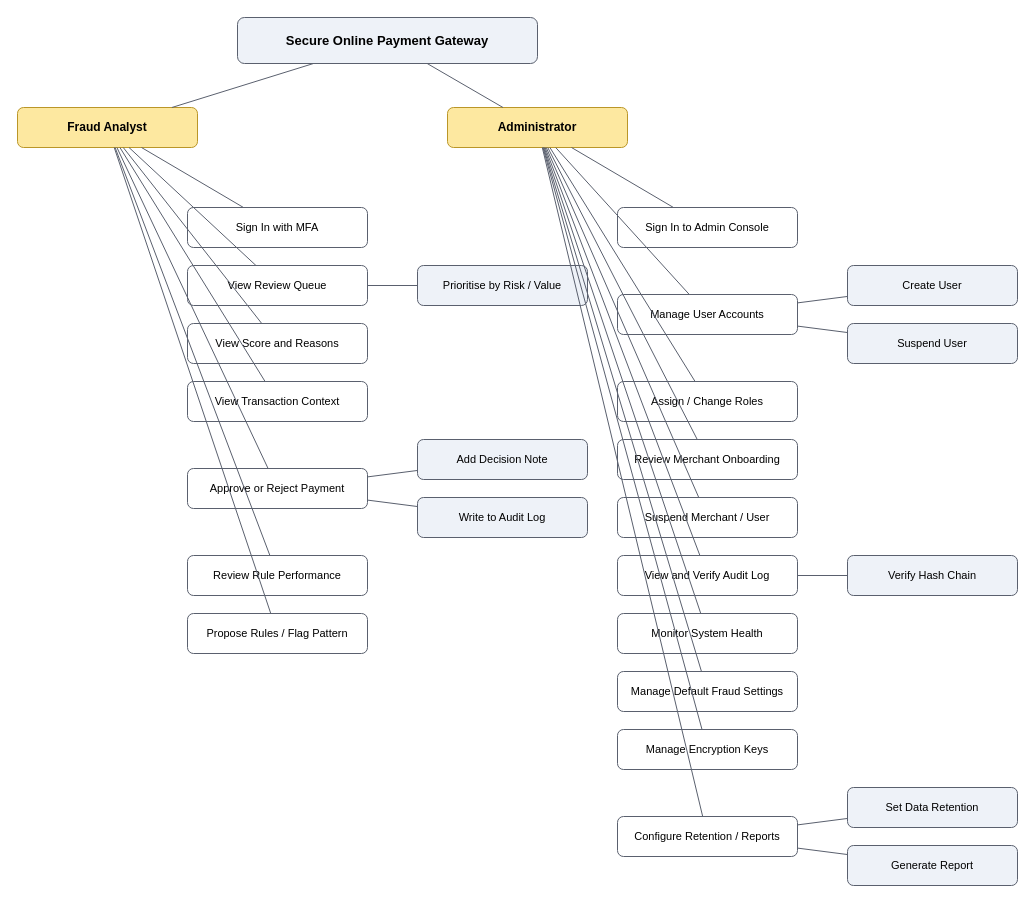
The draw.io diagram drawio/URS_FunctionalHierarchy_2.drawio in Beh69/FYP-CSIT321, before the edit. Source tidied: cells renumbered, new cells numbered last; positions are measured from the earlier drawing's top-left corner, leaving out a move shared by most shapes. Both pictures are drawn from the tidied source at 100%, with x=0, y=0 at pixel (17, 17).
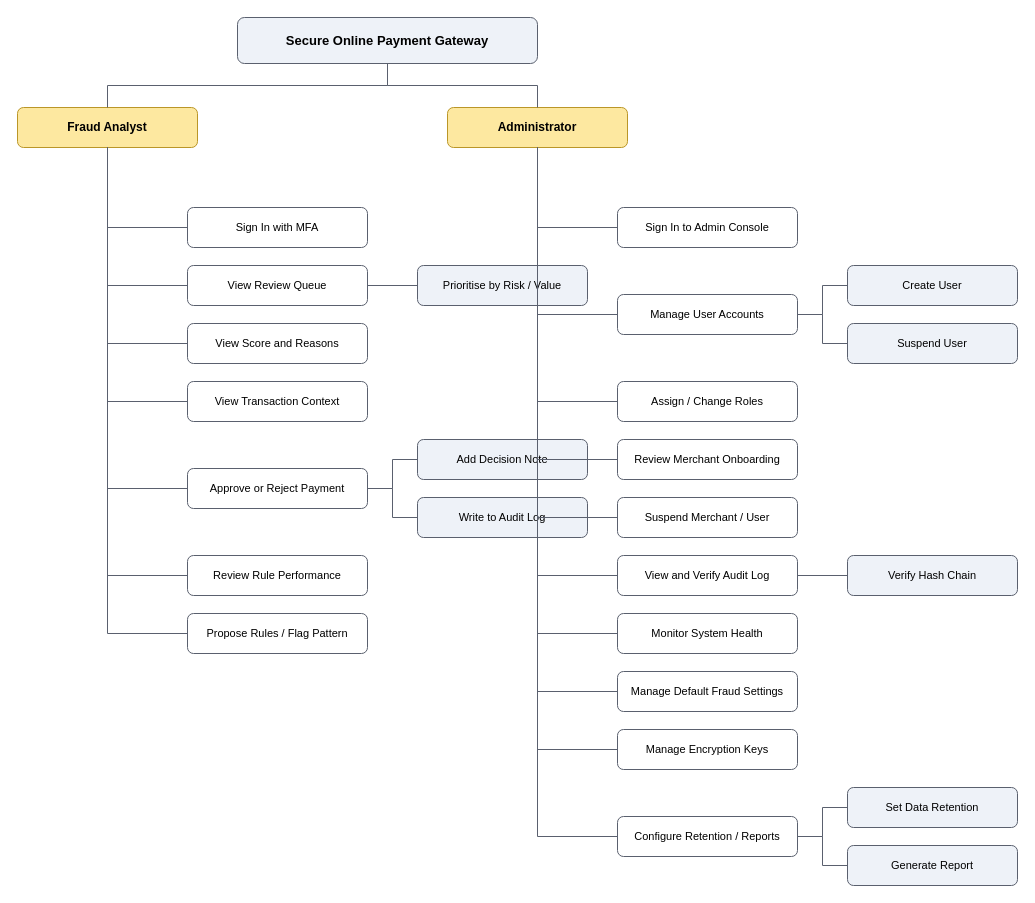
The same diagram, later.

Commit message (it also covers changes not shown here):
Make draw.io hierarchy edges orthogonal for clean tree rendering

Unchanged cells that the change refers to:
```xml
<mxCell id="2" value="Secure Online Payment Gateway" style="rounded=1;whiteSpace=wrap;html=1;fillColor=#eef2f8;strokeColor=#5a606e;fontSize=13;fontStyle=1;" parent="1" vertex="1">
<mxCell id="3" value="Fraud Analyst" style="rounded=1;whiteSpace=wrap;html=1;fillColor=#fde8a0;strokeColor=#ba9628;fontSize=12;fontStyle=1;" parent="1" vertex="1">
<mxCell id="5" value="Sign In with MFA" style="rounded=1;whiteSpace=wrap;html=1;fillColor=#ffffff;strokeColor=#5a606e;fontSize=11;" parent="1" vertex="1">
<mxCell id="7" value="View Review Queue" style="rounded=1;whiteSpace=wrap;html=1;fillColor=#ffffff;strokeColor=#5a606e;fontSize=11;" parent="1" vertex="1">
<mxCell id="9" value="Prioritise by Risk / Value" style="rounded=1;whiteSpace=wrap;html=1;fillColor=#eef2f8;strokeColor=#5a606e;fontSize=11;" parent="1" vertex="1">
<mxCell id="11" value="View Score and Reasons" style="rounded=1;whiteSpace=wrap;html=1;fillColor=#ffffff;strokeColor=#5a606e;fontSize=11;" parent="1" vertex="1">
<mxCell id="13" value="View Transaction Context" style="rounded=1;whiteSpace=wrap;html=1;fillColor=#ffffff;strokeColor=#5a606e;fontSize=11;" parent="1" vertex="1">
<mxCell id="15" value="Approve or Reject Payment" style="rounded=1;whiteSpace=wrap;html=1;fillColor=#ffffff;strokeColor=#5a606e;fontSize=11;" parent="1" vertex="1">
<mxCell id="17" value="Add Decision Note" style="rounded=1;whiteSpace=wrap;html=1;fillColor=#eef2f8;strokeColor=#5a606e;fontSize=11;" parent="1" vertex="1">
<mxCell id="19" value="Write to Audit Log" style="rounded=1;whiteSpace=wrap;html=1;fillColor=#eef2f8;strokeColor=#5a606e;fontSize=11;" parent="1" vertex="1">
<mxCell id="21" value="Review Rule Performance" style="rounded=1;whiteSpace=wrap;html=1;fillColor=#ffffff;strokeColor=#5a606e;fontSize=11;" parent="1" vertex="1">
<mxCell id="23" value="Propose Rules / Flag Pattern" style="rounded=1;whiteSpace=wrap;html=1;fillColor=#ffffff;strokeColor=#5a606e;fontSize=11;" parent="1" vertex="1">
<mxCell id="25" value="Administrator" style="rounded=1;whiteSpace=wrap;html=1;fillColor=#fde8a0;strokeColor=#ba9628;fontSize=12;fontStyle=1;" parent="1" vertex="1">
<mxCell id="27" value="Sign In to Admin Console" style="rounded=1;whiteSpace=wrap;html=1;fillColor=#ffffff;strokeColor=#5a606e;fontSize=11;" parent="1" vertex="1">
<mxCell id="29" value="Manage User Accounts" style="rounded=1;whiteSpace=wrap;html=1;fillColor=#ffffff;strokeColor=#5a606e;fontSize=11;" parent="1" vertex="1">
<mxCell id="31" value="Create User" style="rounded=1;whiteSpace=wrap;html=1;fillColor=#eef2f8;strokeColor=#5a606e;fontSize=11;" parent="1" vertex="1">
<mxCell id="33" value="Suspend User" style="rounded=1;whiteSpace=wrap;html=1;fillColor=#eef2f8;strokeColor=#5a606e;fontSize=11;" parent="1" vertex="1">
<mxCell id="35" value="Assign / Change Roles" style="rounded=1;whiteSpace=wrap;html=1;fillColor=#ffffff;strokeColor=#5a606e;fontSize=11;" parent="1" vertex="1">
<mxCell id="37" value="Review Merchant Onboarding" style="rounded=1;whiteSpace=wrap;html=1;fillColor=#ffffff;strokeColor=#5a606e;fontSize=11;" parent="1" vertex="1">
<mxCell id="39" value="Suspend Merchant / User" style="rounded=1;whiteSpace=wrap;html=1;fillColor=#ffffff;strokeColor=#5a606e;fontSize=11;" parent="1" vertex="1">
<mxCell id="41" value="View and Verify Audit Log" style="rounded=1;whiteSpace=wrap;html=1;fillColor=#ffffff;strokeColor=#5a606e;fontSize=11;" parent="1" vertex="1">
<mxCell id="43" value="Verify Hash Chain" style="rounded=1;whiteSpace=wrap;html=1;fillColor=#eef2f8;strokeColor=#5a606e;fontSize=11;" parent="1" vertex="1">
<mxCell id="45" value="Monitor System Health" style="rounded=1;whiteSpace=wrap;html=1;fillColor=#ffffff;strokeColor=#5a606e;fontSize=11;" parent="1" vertex="1">
<mxCell id="47" value="Manage Default Fraud Settings" style="rounded=1;whiteSpace=wrap;html=1;fillColor=#ffffff;strokeColor=#5a606e;fontSize=11;" parent="1" vertex="1">
<mxCell id="49" value="Manage Encryption Keys" style="rounded=1;whiteSpace=wrap;html=1;fillColor=#ffffff;strokeColor=#5a606e;fontSize=11;" parent="1" vertex="1">
<mxCell id="51" value="Configure Retention / Reports" style="rounded=1;whiteSpace=wrap;html=1;fillColor=#ffffff;strokeColor=#5a606e;fontSize=11;" parent="1" vertex="1">
<mxCell id="53" value="Set Data Retention" style="rounded=1;whiteSpace=wrap;html=1;fillColor=#eef2f8;strokeColor=#5a606e;fontSize=11;" parent="1" vertex="1">
<mxCell id="55" value="Generate Report" style="rounded=1;whiteSpace=wrap;html=1;fillColor=#eef2f8;strokeColor=#5a606e;fontSize=11;" parent="1" vertex="1">
```

Diff of the diagram source:
```diff
@@
-    <mxCell id="4" style="endArrow=none;html=1;strokeColor=#5a606e;rounded=0;" parent="1" edge="1" source="2" target="3">
+    <mxCell id="4" style="endArrow=none;html=1;strokeColor=#5a606e;rounded=0;edgeStyle=orthogonalEdgeStyle;exitX=0.5;exitY=1;exitDx=0;exitDy=0;entryX=0.5;entryY=0;entryDx=0;entryDy=0;" parent="1" edge="1" source="2" target="3">
       <mxGeometry relative="1" as="geometry" />
     </mxCell>
@@
-    <mxCell id="6" style="endArrow=none;html=1;strokeColor=#5a606e;rounded=0;" parent="1" edge="1" source="3" target="5">
+    <mxCell id="6" style="endArrow=none;html=1;strokeColor=#5a606e;rounded=0;edgeStyle=orthogonalEdgeStyle;exitX=0.5;exitY=1;exitDx=0;exitDy=0;entryX=0;entryY=0.5;entryDx=0;entryDy=0;" parent="1" edge="1" source="3" target="5">
       <mxGeometry relative="1" as="geometry" />
     </mxCell>
@@
-    <mxCell id="8" style="endArrow=none;html=1;strokeColor=#5a606e;rounded=0;" parent="1" edge="1" source="3" target="7">
+    <mxCell id="8" style="endArrow=none;html=1;strokeColor=#5a606e;rounded=0;edgeStyle=orthogonalEdgeStyle;exitX=0.5;exitY=1;exitDx=0;exitDy=0;entryX=0;entryY=0.5;entryDx=0;entryDy=0;" parent="1" edge="1" source="3" target="7">
       <mxGeometry relative="1" as="geometry" />
     </mxCell>
@@
-    <mxCell id="10" style="endArrow=none;html=1;strokeColor=#5a606e;rounded=0;" parent="1" edge="1" source="7" target="9">
+    <mxCell id="10" style="endArrow=none;html=1;strokeColor=#5a606e;rounded=0;edgeStyle=orthogonalEdgeStyle;exitX=1;exitY=0.5;exitDx=0;exitDy=0;entryX=0;entryY=0.5;entryDx=0;entryDy=0;" parent="1" edge="1" source="7" target="9">
       <mxGeometry relative="1" as="geometry" />
     </mxCell>
@@
-    <mxCell id="12" style="endArrow=none;html=1;strokeColor=#5a606e;rounded=0;" parent="1" edge="1" source="3" target="11">
+    <mxCell id="12" style="endArrow=none;html=1;strokeColor=#5a606e;rounded=0;edgeStyle=orthogonalEdgeStyle;exitX=0.5;exitY=1;exitDx=0;exitDy=0;entryX=0;entryY=0.5;entryDx=0;entryDy=0;" parent="1" edge="1" source="3" target="11">
       <mxGeometry relative="1" as="geometry" />
     </mxCell>
@@
-    <mxCell id="14" style="endArrow=none;html=1;strokeColor=#5a606e;rounded=0;" parent="1" edge="1" source="3" target="13">
+    <mxCell id="14" style="endArrow=none;html=1;strokeColor=#5a606e;rounded=0;edgeStyle=orthogonalEdgeStyle;exitX=0.5;exitY=1;exitDx=0;exitDy=0;entryX=0;entryY=0.5;entryDx=0;entryDy=0;" parent="1" edge="1" source="3" target="13">
       <mxGeometry relative="1" as="geometry" />
     </mxCell>
@@
-    <mxCell id="16" style="endArrow=none;html=1;strokeColor=#5a606e;rounded=0;" parent="1" edge="1" source="3" target="15">
+    <mxCell id="16" style="endArrow=none;html=1;strokeColor=#5a606e;rounded=0;edgeStyle=orthogonalEdgeStyle;exitX=0.5;exitY=1;exitDx=0;exitDy=0;entryX=0;entryY=0.5;entryDx=0;entryDy=0;" parent="1" edge="1" source="3" target="15">
       <mxGeometry relative="1" as="geometry" />
     </mxCell>
@@
-    <mxCell id="18" style="endArrow=none;html=1;strokeColor=#5a606e;rounded=0;" parent="1" edge="1" source="15" target="17">
+    <mxCell id="18" style="endArrow=none;html=1;strokeColor=#5a606e;rounded=0;edgeStyle=orthogonalEdgeStyle;exitX=1;exitY=0.5;exitDx=0;exitDy=0;entryX=0;entryY=0.5;entryDx=0;entryDy=0;" parent="1" edge="1" source="15" target="17">
       <mxGeometry relative="1" as="geometry" />
     </mxCell>
@@
-    <mxCell id="20" style="endArrow=none;html=1;strokeColor=#5a606e;rounded=0;" parent="1" edge="1" source="15" target="19">
+    <mxCell id="20" style="endArrow=none;html=1;strokeColor=#5a606e;rounded=0;edgeStyle=orthogonalEdgeStyle;exitX=1;exitY=0.5;exitDx=0;exitDy=0;entryX=0;entryY=0.5;entryDx=0;entryDy=0;" parent="1" edge="1" source="15" target="19">
       <mxGeometry relative="1" as="geometry" />
     </mxCell>
@@
-    <mxCell id="22" style="endArrow=none;html=1;strokeColor=#5a606e;rounded=0;" parent="1" edge="1" source="3" target="21">
+    <mxCell id="22" style="endArrow=none;html=1;strokeColor=#5a606e;rounded=0;edgeStyle=orthogonalEdgeStyle;exitX=0.5;exitY=1;exitDx=0;exitDy=0;entryX=0;entryY=0.5;entryDx=0;entryDy=0;" parent="1" edge="1" source="3" target="21">
       <mxGeometry relative="1" as="geometry" />
     </mxCell>
@@
-    <mxCell id="24" style="endArrow=none;html=1;strokeColor=#5a606e;rounded=0;" parent="1" edge="1" source="3" target="23">
+    <mxCell id="24" style="endArrow=none;html=1;strokeColor=#5a606e;rounded=0;edgeStyle=orthogonalEdgeStyle;exitX=0.5;exitY=1;exitDx=0;exitDy=0;entryX=0;entryY=0.5;entryDx=0;entryDy=0;" parent="1" edge="1" source="3" target="23">
       <mxGeometry relative="1" as="geometry" />
     </mxCell>
@@
-    <mxCell id="26" style="endArrow=none;html=1;strokeColor=#5a606e;rounded=0;" parent="1" edge="1" source="2" target="25">
+    <mxCell id="26" style="endArrow=none;html=1;strokeColor=#5a606e;rounded=0;edgeStyle=orthogonalEdgeStyle;exitX=0.5;exitY=1;exitDx=0;exitDy=0;entryX=0.5;entryY=0;entryDx=0;entryDy=0;" parent="1" edge="1" source="2" target="25">
       <mxGeometry relative="1" as="geometry" />
     </mxCell>
@@
-    <mxCell id="28" style="endArrow=none;html=1;strokeColor=#5a606e;rounded=0;" parent="1" edge="1" source="25" target="27">
+    <mxCell id="28" style="endArrow=none;html=1;strokeColor=#5a606e;rounded=0;edgeStyle=orthogonalEdgeStyle;exitX=0.5;exitY=1;exitDx=0;exitDy=0;entryX=0;entryY=0.5;entryDx=0;entryDy=0;" parent="1" edge="1" source="25" target="27">
       <mxGeometry relative="1" as="geometry" />
     </mxCell>
@@
-    <mxCell id="30" style="endArrow=none;html=1;strokeColor=#5a606e;rounded=0;" parent="1" edge="1" source="25" target="29">
+    <mxCell id="30" style="endArrow=none;html=1;strokeColor=#5a606e;rounded=0;edgeStyle=orthogonalEdgeStyle;exitX=0.5;exitY=1;exitDx=0;exitDy=0;entryX=0;entryY=0.5;entryDx=0;entryDy=0;" parent="1" edge="1" source="25" target="29">
       <mxGeometry relative="1" as="geometry" />
     </mxCell>
@@
-    <mxCell id="32" style="endArrow=none;html=1;strokeColor=#5a606e;rounded=0;" parent="1" edge="1" source="29" target="31">
+    <mxCell id="32" style="endArrow=none;html=1;strokeColor=#5a606e;rounded=0;edgeStyle=orthogonalEdgeStyle;exitX=1;exitY=0.5;exitDx=0;exitDy=0;entryX=0;entryY=0.5;entryDx=0;entryDy=0;" parent="1" edge="1" source="29" target="31">
       <mxGeometry relative="1" as="geometry" />
     </mxCell>
@@
-    <mxCell id="34" style="endArrow=none;html=1;strokeColor=#5a606e;rounded=0;" parent="1" edge="1" source="29" target="33">
+    <mxCell id="34" style="endArrow=none;html=1;strokeColor=#5a606e;rounded=0;edgeStyle=orthogonalEdgeStyle;exitX=1;exitY=0.5;exitDx=0;exitDy=0;entryX=0;entryY=0.5;entryDx=0;entryDy=0;" parent="1" edge="1" source="29" target="33">
       <mxGeometry relative="1" as="geometry" />
     </mxCell>
@@
-    <mxCell id="36" style="endArrow=none;html=1;strokeColor=#5a606e;rounded=0;" parent="1" edge="1" source="25" target="35">
+    <mxCell id="36" style="endArrow=none;html=1;strokeColor=#5a606e;rounded=0;edgeStyle=orthogonalEdgeStyle;exitX=0.5;exitY=1;exitDx=0;exitDy=0;entryX=0;entryY=0.5;entryDx=0;entryDy=0;" parent="1" edge="1" source="25" target="35">
       <mxGeometry relative="1" as="geometry" />
     </mxCell>
@@
-    <mxCell id="38" style="endArrow=none;html=1;strokeColor=#5a606e;rounded=0;" parent="1" edge="1" source="25" target="37">
+    <mxCell id="38" style="endArrow=none;html=1;strokeColor=#5a606e;rounded=0;edgeStyle=orthogonalEdgeStyle;exitX=0.5;exitY=1;exitDx=0;exitDy=0;entryX=0;entryY=0.5;entryDx=0;entryDy=0;" parent="1" edge="1" source="25" target="37">
       <mxGeometry relative="1" as="geometry" />
     </mxCell>
@@
-    <mxCell id="40" style="endArrow=none;html=1;strokeColor=#5a606e;rounded=0;" parent="1" edge="1" source="25" target="39">
+    <mxCell id="40" style="endArrow=none;html=1;strokeColor=#5a606e;rounded=0;edgeStyle=orthogonalEdgeStyle;exitX=0.5;exitY=1;exitDx=0;exitDy=0;entryX=0;entryY=0.5;entryDx=0;entryDy=0;" parent="1" edge="1" source="25" target="39">
       <mxGeometry relative="1" as="geometry" />
     </mxCell>
@@
-    <mxCell id="42" style="endArrow=none;html=1;strokeColor=#5a606e;rounded=0;" parent="1" edge="1" source="25" target="41">
+    <mxCell id="42" style="endArrow=none;html=1;strokeColor=#5a606e;rounded=0;edgeStyle=orthogonalEdgeStyle;exitX=0.5;exitY=1;exitDx=0;exitDy=0;entryX=0;entryY=0.5;entryDx=0;entryDy=0;" parent="1" edge="1" source="25" target="41">
       <mxGeometry relative="1" as="geometry" />
     </mxCell>
@@
-    <mxCell id="44" style="endArrow=none;html=1;strokeColor=#5a606e;rounded=0;" parent="1" edge="1" source="41" target="43">
+    <mxCell id="44" style="endArrow=none;html=1;strokeColor=#5a606e;rounded=0;edgeStyle=orthogonalEdgeStyle;exitX=1;exitY=0.5;exitDx=0;exitDy=0;entryX=0;entryY=0.5;entryDx=0;entryDy=0;" parent="1" edge="1" source="41" target="43">
       <mxGeometry relative="1" as="geometry" />
     </mxCell>
@@
-    <mxCell id="46" style="endArrow=none;html=1;strokeColor=#5a606e;rounded=0;" parent="1" edge="1" source="25" target="45">
+    <mxCell id="46" style="endArrow=none;html=1;strokeColor=#5a606e;rounded=0;edgeStyle=orthogonalEdgeStyle;exitX=0.5;exitY=1;exitDx=0;exitDy=0;entryX=0;entryY=0.5;entryDx=0;entryDy=0;" parent="1" edge="1" source="25" target="45">
       <mxGeometry relative="1" as="geometry" />
     </mxCell>
@@
-    <mxCell id="48" style="endArrow=none;html=1;strokeColor=#5a606e;rounded=0;" parent="1" edge="1" source="25" target="47">
+    <mxCell id="48" style="endArrow=none;html=1;strokeColor=#5a606e;rounded=0;edgeStyle=orthogonalEdgeStyle;exitX=0.5;exitY=1;exitDx=0;exitDy=0;entryX=0;entryY=0.5;entryDx=0;entryDy=0;" parent="1" edge="1" source="25" target="47">
       <mxGeometry relative="1" as="geometry" />
     </mxCell>
@@
-    <mxCell id="50" style="endArrow=none;html=1;strokeColor=#5a606e;rounded=0;" parent="1" edge="1" source="25" target="49">
+    <mxCell id="50" style="endArrow=none;html=1;strokeColor=#5a606e;rounded=0;edgeStyle=orthogonalEdgeStyle;exitX=0.5;exitY=1;exitDx=0;exitDy=0;entryX=0;entryY=0.5;entryDx=0;entryDy=0;" parent="1" edge="1" source="25" target="49">
       <mxGeometry relative="1" as="geometry" />
     </mxCell>
@@
-    <mxCell id="52" style="endArrow=none;html=1;strokeColor=#5a606e;rounded=0;" parent="1" edge="1" source="25" target="51">
+    <mxCell id="52" style="endArrow=none;html=1;strokeColor=#5a606e;rounded=0;edgeStyle=orthogonalEdgeStyle;exitX=0.5;exitY=1;exitDx=0;exitDy=0;entryX=0;entryY=0.5;entryDx=0;entryDy=0;" parent="1" edge="1" source="25" target="51">
       <mxGeometry relative="1" as="geometry" />
     </mxCell>
@@
-    <mxCell id="54" style="endArrow=none;html=1;strokeColor=#5a606e;rounded=0;" parent="1" edge="1" source="51" target="53">
+    <mxCell id="54" style="endArrow=none;html=1;strokeColor=#5a606e;rounded=0;edgeStyle=orthogonalEdgeStyle;exitX=1;exitY=0.5;exitDx=0;exitDy=0;entryX=0;entryY=0.5;entryDx=0;entryDy=0;" parent="1" edge="1" source="51" target="53">
       <mxGeometry relative="1" as="geometry" />
     </mxCell>
@@
-    <mxCell id="56" style="endArrow=none;html=1;strokeColor=#5a606e;rounded=0;" parent="1" edge="1" source="51" target="55">
+    <mxCell id="56" style="endArrow=none;html=1;strokeColor=#5a606e;rounded=0;edgeStyle=orthogonalEdgeStyle;exitX=1;exitY=0.5;exitDx=0;exitDy=0;entryX=0;entryY=0.5;entryDx=0;entryDy=0;" parent="1" edge="1" source="51" target="55">
       <mxGeometry relative="1" as="geometry" />
     </mxCell>
```
